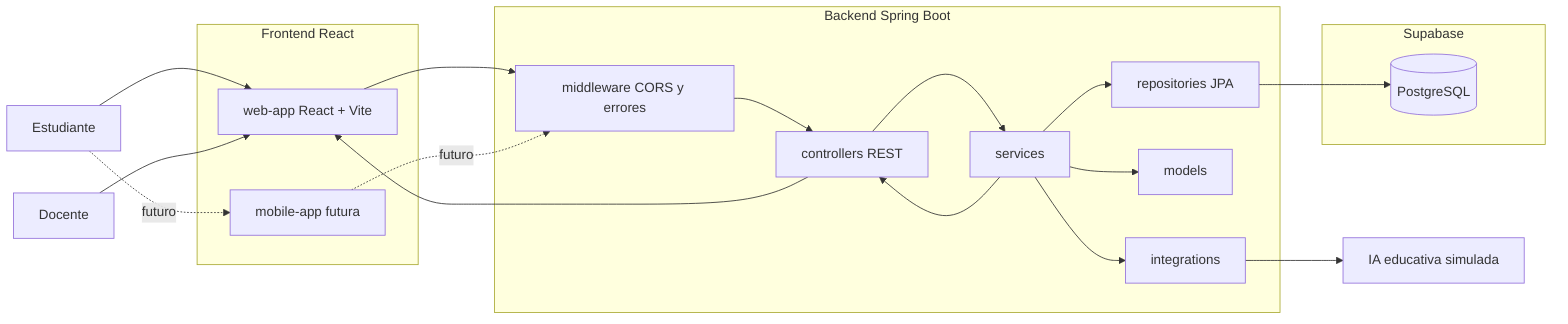
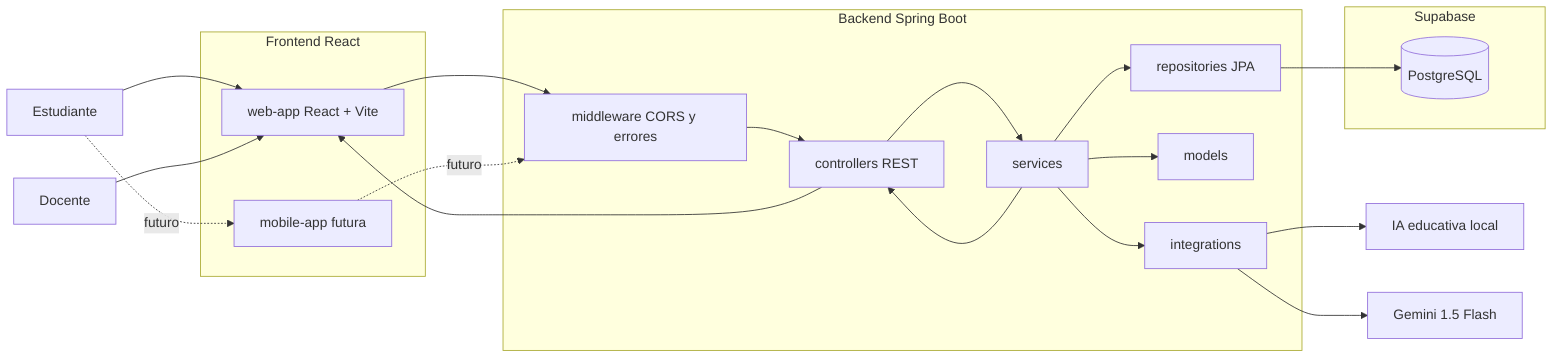
flowchart LR
    estudiante["Estudiante"]
    docente["Docente"]

    subgraph frontend["Frontend React"]
        web["web-app React + Vite"]
        mobile["mobile-app futura"]
    end

    subgraph backend["Backend Spring Boot"]
        controllers["controllers REST"]
        middleware["middleware CORS y errores"]
        services["services"]
        repositories["repositories JPA"]
        models["models"]
        integrations["integrations"]
    end

    subgraph data["Supabase"]
        db[(PostgreSQL)]
    end

-     ia["IA educativa simulada"]
+     ia["IA educativa local"]
+     gemini["Gemini 1.5 Flash"]

    estudiante --> web
    estudiante -. futuro .-> mobile
    docente --> web
    web --> middleware
    mobile -. futuro .-> middleware
    middleware --> controllers
    controllers --> services
    services --> repositories
    repositories --> db
    services --> models
    services --> integrations
    integrations --> ia
+     integrations --> gemini
    services --> controllers
    controllers --> web
